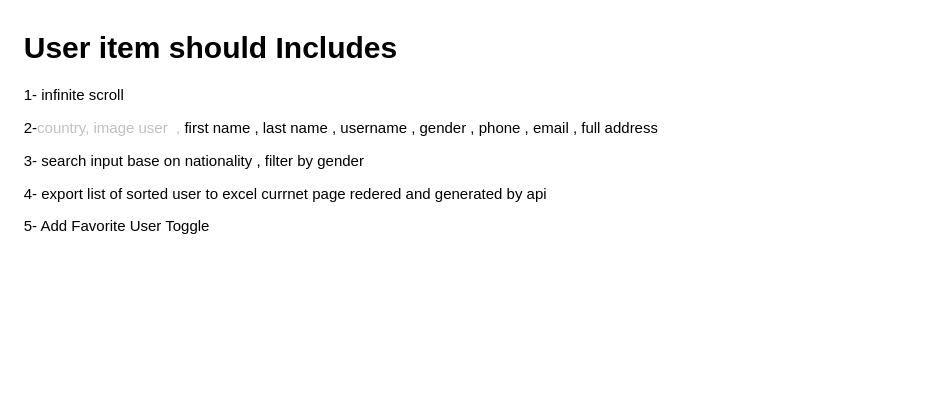
Earlier version of the draw.io diagram .drawio (AMSANJI-WORK/next-task-front-users). Source tidied: cells renumbered, new cells numbered last; positions are measured from the earlier drawing's top-left corner, leaving out a move shared by most shapes. Both pictures are drawn from the tidied source at 125%, with x=0, y=0 at pixel (21, 21).
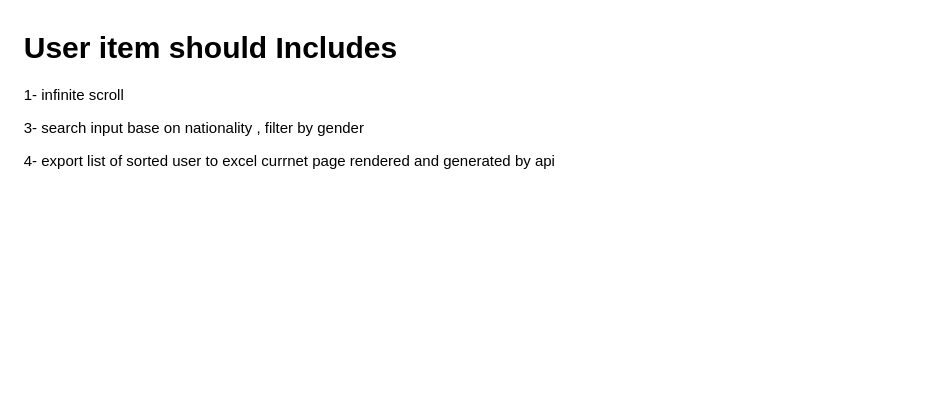
Above is the later version.

Commit message (it also covers changes not shown here):
fixed list h and fixed task

Diff of the diagram source:
```diff
@@
 <mxGraphModel>
   <root>
     <mxCell id="0" />
     <mxCell id="1" parent="0" />
-    <mxCell id="2" value="&lt;h1 style=&quot;margin-top: 0px;&quot;&gt;&lt;font style=&quot;color: light-dark(rgb(0, 0, 0), rgb(255, 255, 255));&quot;&gt;User item should Includes&lt;/font&gt;&lt;/h1&gt;&lt;p&gt;&lt;font style=&quot;color: light-dark(rgb(0, 0, 0), rgb(255, 255, 255));&quot;&gt;1- infinite scroll&lt;/font&gt;&lt;/p&gt;&lt;p&gt;&lt;font style=&quot;color: light-dark(rgb(0, 0, 0), rgb(255, 255, 255));&quot;&gt;2-&lt;span style=&quot;background-color: transparent; color: rgb(192, 192, 192);&quot;&gt;&lt;span style=&quot;color: rgb(192, 192, 192);&quot;&gt;country, image user&lt;/span&gt;&amp;nbsp; ,&amp;nbsp;&lt;/span&gt;&lt;span style=&quot;background-color: transparent;&quot;&gt;first name , last name , username , gender , phone , email , full address&lt;/span&gt;&lt;/font&gt;&lt;/p&gt;&lt;p&gt;&lt;span style=&quot;background-color: transparent;&quot;&gt;&lt;font style=&quot;color: light-dark(rgb(0, 0, 0), rgb(255, 255, 255));&quot;&gt;3- search input base on nationality , filter by gender&lt;/font&gt;&lt;/span&gt;&lt;/p&gt;&lt;p&gt;&lt;span style=&quot;background-color: transparent;&quot;&gt;&lt;font style=&quot;color: light-dark(rgb(0, 0, 0), rgb(255, 255, 255));&quot;&gt;4- export list of sorted user to excel currnet page redered and generated by api&lt;/font&gt;&lt;/span&gt;&lt;/p&gt;&lt;p&gt;&lt;span style=&quot;background-color: transparent;&quot;&gt;&lt;font style=&quot;color: light-dark(rgb(0, 0, 0), rgb(255, 255, 255));&quot;&gt;5- Add Favorite User Toggle&lt;/font&gt;&lt;/span&gt;&lt;/p&gt;" style="text;html=1;whiteSpace=wrap;overflow=hidden;rounded=0;" parent="1" vertex="1">
-      <mxGeometry width="720" height="280" as="geometry" />
+    <mxCell id="2" value="&lt;h1 style=&quot;margin-top: 0px;&quot;&gt;&lt;font style=&quot;color: light-dark(rgb(0, 0, 0), rgb(255, 255, 255));&quot;&gt;User item should Includes&lt;/font&gt;&lt;/h1&gt;&lt;p&gt;&lt;font style=&quot;color: light-dark(rgb(0, 0, 0), rgb(255, 255, 255));&quot;&gt;1- infinite scroll&lt;/font&gt;&lt;/p&gt;&lt;p&gt;&lt;span style=&quot;background-color: transparent;&quot;&gt;3- search input base on nationality , filter by gender&lt;/span&gt;&lt;/p&gt;&lt;p&gt;&lt;span style=&quot;background-color: transparent;&quot;&gt;&lt;font style=&quot;color: light-dark(rgb(0, 0, 0), rgb(255, 255, 255));&quot;&gt;4- export list of sorted user to excel currnet page rendered and generated by api&lt;/font&gt;&lt;/span&gt;&lt;/p&gt;" style="text;html=1;whiteSpace=wrap;overflow=hidden;rounded=0;" parent="1" vertex="1">
+      <mxGeometry width="720" height="170" as="geometry" />
     </mxCell>
   </root>
 </mxGraphModel>
```
